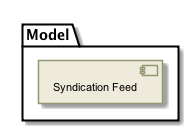
Earlier version of the PlantUML export _images/plantuml-a064bd44ae19b8e06d8c3a7b20abc4d4fd48d0b9.png (Terradue/doc-tep-geohazards-arch). The source it was exported from:
```plantuml
@startuml

skinparam backgroundColor #FFFFFF


skinparam sequence {

        ActorBorderColor #000000

        ArrowColor #919871
        ArrowFontSize 8
        ArrowFontStyle plain
        ArrowFontName Arial

        LifeLineBorderColor #919871
        LifeLineBackgroundColor #EEEBDC

        ParticipantBorderColor #919871
        ParticipantBackgroundColor #EEEBDC
        ParticipantFontName Arial
        ParticipantFontSize 10
        ParticipantFontColor #000000

        ActorBackgroundColor #EEEBDC
        ActorFontColor #000000
        ActorFontSize 10
        ActorFontName Arial

}

skinparam class {

	ArrowFontColor #000000
	ArrowFontSize 10
	ArrowFontStyle plain
	ArrowFontName Arial

	AttributeFontColor #000000
	AttributeFontSize 10
	AttributeIconSize 11
	AttributeFontStyle plain
	AttributeFontName Arial

	FontColor #000000
	FontSize 11
	FontStyle plain
	FontName Arial

	StereotypeFontColor #000000
	StereotypeFontSize 10
	StereotypeFontStyle plain
	StereotypeFontName Arial

	BackgroundColor #EEEBDC
 	ArrowColor #919871
 	BorderColor #919871

 }

skinparam component {

	FontSize 11
 	BackgroundColor #EEEBDC
 	InterfaceBackgroundColor white
	InterfaceBorderColor black
 	BorderColor #919871
	ArrowColor black
 	ArrowFontColor #777777
 	FontName Arial
 	ArrowFontName Arial



}

skinparam package {
	FontColor black
	FontSize 11
	FontStyle plain
	FontName Arial
}

skinparam state {
	BackgroundColor #EEEBDC
	BorderColor #919871
	ArrowColor  black


	FontColor black
	FontSize 11
	FontStyle plain
	FontName Arial

	ArrowFontColor black
	ArrowFontSize 11
	ArrowFontStyle plain
	ArrowFontName Arial
	AttributeFontColor black
	AttributeFontSize 11
	AttributeFontStyle plain
	AttributeFontName Arial

}

skinparam activity {

	ArrowColor black
	BackgroundColor #EEEBDC
	BorderColor #919871
	StartColor black
	EndColor black
	BarColor #919871

	FontColor black
	FontSize 11
	FontStyle plain
	FontName Arial

	ArrowFontColor black
	ArrowFontSize 11
	ArrowFontStyle plain
	ArrowFontName Arial

}

skinparam usecase {

	BackgroundColor #EEEBDC
 	InterfaceBackgroundColor white
	InterfaceBorderColor black
 	BorderColor #919871
	ArrowColor black
	ActorBorderColor #919871
	ActorFontName Courier

}
skinparam backgroundColor #FFFFFF
skinparam componentStyle uml2
folder "Model" {
	[Syndication Feed] as group___syndication [[../computational/components/group___syndication.html]]
}

@enduml
```
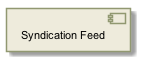
After the commit.

What changed in the source:
```diff
@@ -136,8 +136,6 @@
 }
 skinparam backgroundColor #FFFFFF
 skinparam componentStyle uml2
-folder "Model" {
 	[Syndication Feed] as group___syndication [[../computational/components/group___syndication.html]]
-}
 
 @enduml
```
